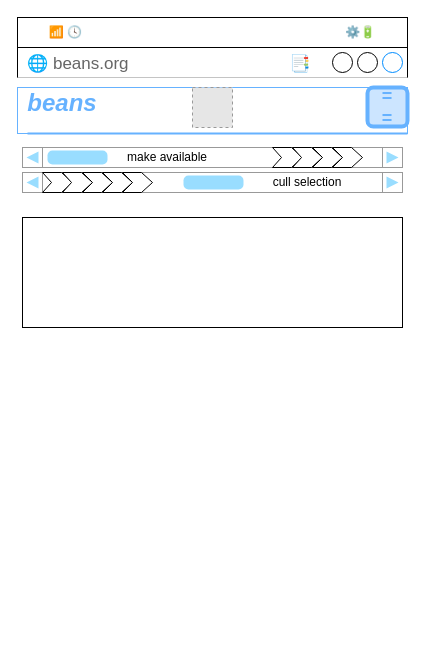
Earlier version of the draw.io diagram page "cull selection" (8 of 9) of documentation/images/make available.drawio (russellausterberry/beans). Source tidied: cells renumbered, new cells numbered last; positions are measured from the earlier drawing's top-left corner, leaving out a move shared by most shapes. Both pictures are drawn from the tidied source at 100%, with x=0, y=0 at pixel (17, 17). Pictures stored in the file or linked from it are replaced by grey dashed boxes.
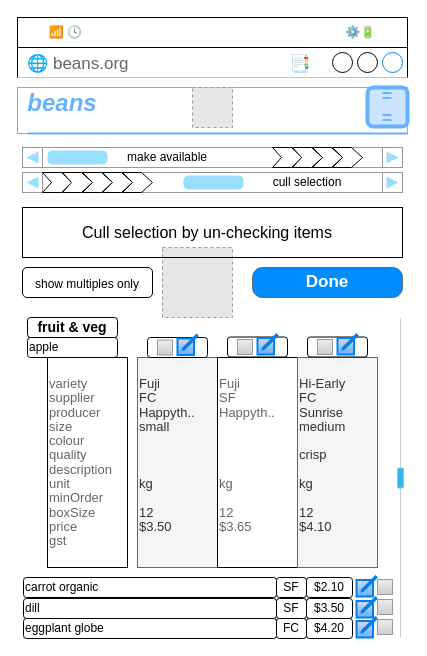
The same diagram, later.

What changed in the source:
```diff
@@
+    <mxCell id="26" style="fillColor=#E6E6E6;strokeColor=#999999;dashed=1;html=1;verticalAlign=top;verticalLabelPosition=bottom;labelBackgroundColor=#ffffff;fontSize=16;fontColor=#66B2FF;" parent="1" vertex="1">
+      <mxGeometry x="175" y="70" width="40" height="40" as="geometry" />
+    </mxCell>
+    <mxCell id="27" style="group;" parent="1" vertex="1">
+      <mxGeometry x="10" y="300" width="370" height="250" as="geometry" />
+    </mxCell>
+    <mxCell id="28" value="&lt;b&gt;&lt;font style=&quot;font-size: 14px&quot;&gt;fruit &amp;amp; veg&lt;/font&gt;&lt;/b&gt;" style="rounded=1;whiteSpace=wrap;html=1;strokeColor=#000000;" parent="27" vertex="1">
+      <mxGeometry width="90" height="20" as="geometry" />
+    </mxCell>
+    <mxCell id="29" value="&lt;div align=&quot;left&quot;&gt;apple&lt;/div&gt;" style="rounded=1;whiteSpace=wrap;html=1;strokeColor=#000000;align=left;" parent="27" vertex="1">
+      <mxGeometry y="20" width="90" height="20" as="geometry" />
+    </mxCell>
+    <mxCell id="30" value="&lt;p style=&quot;line-height: 110% ; font-size: 13px&quot; align=&quot;left&quot;&gt;&lt;font style=&quot;font-size: 13px&quot;&gt;variety&lt;br&gt;supplier&lt;br&gt;producer&lt;br&gt;size&lt;br&gt;colour&lt;br&gt;quality&lt;br&gt;description&lt;br&gt;unit&lt;br&gt;minOrder&lt;br&gt;boxSize&lt;br&gt;price&lt;br&gt;gst&lt;br&gt;&lt;/font&gt;&lt;/p&gt;" style="strokeWidth=1;shadow=0;dashed=0;align=left;html=1;shape=mxgraph.mockup.text.bulletedList;textColor=#666666;mainText=,,,,;textSize=17;bulletStyle=none;strokeColor=#000000;fillColor=none;align=left;verticalAlign=top;fontSize=17;fontColor=#666666;" parent="27" vertex="1">
+      <mxGeometry x="20" y="40" width="80" height="210" as="geometry" />
+    </mxCell>
+    <mxCell id="31" value="&lt;p style=&quot;line-height: 110% ; font-size: 13px&quot; align=&quot;left&quot;&gt;&lt;font style=&quot;font-size: 13px&quot;&gt;Fuji&lt;br&gt;FC&lt;br&gt;Happyth..&lt;br&gt;small&lt;br&gt;&lt;br&gt;&lt;br&gt;&lt;br&gt;kg&lt;br&gt;&lt;br&gt;12&lt;br&gt;$3.50&lt;br&gt;&lt;br&gt;&lt;/font&gt;&lt;/p&gt;" style="strokeWidth=1;shadow=0;dashed=0;align=left;html=1;shape=mxgraph.mockup.text.bulletedList;textColor=#666666;mainText=,,,,;textSize=17;bulletStyle=none;strokeColor=#666666;fillColor=#f5f5f5;align=left;verticalAlign=top;fontSize=17;fontColor=#333333;" parent="27" vertex="1">
+      <mxGeometry x="110" y="40" width="80" height="210" as="geometry" />
+    </mxCell>
+    <mxCell id="32" value="&lt;p style=&quot;line-height: 110% ; font-size: 13px&quot; align=&quot;left&quot;&gt;&lt;font style=&quot;font-size: 13px&quot;&gt;Fuji&lt;br&gt;SF&lt;br&gt;Happyth..&lt;br&gt;&lt;br&gt;&lt;br&gt;&lt;br&gt;&lt;br&gt;kg&lt;br&gt;&lt;br&gt;12&lt;br&gt;$3.65&lt;br&gt;&lt;/font&gt;&lt;/p&gt;" style="strokeWidth=1;shadow=0;dashed=0;align=left;html=1;shape=mxgraph.mockup.text.bulletedList;textColor=#666666;mainText=,,,,;textSize=17;bulletStyle=none;strokeColor=#000000;fillColor=none;align=left;verticalAlign=top;fontSize=17;fontColor=#666666;" parent="27" vertex="1">
+      <mxGeometry x="190" y="40" width="80" height="210" as="geometry" />
+    </mxCell>
+    <mxCell id="33" value="&lt;p style=&quot;line-height: 110% ; font-size: 13px&quot; align=&quot;left&quot;&gt;&lt;font style=&quot;font-size: 13px&quot;&gt;Hi-Early&lt;br&gt;FC&lt;br&gt;Sunrise&lt;br&gt;medium&lt;br&gt;&lt;br&gt;crisp&lt;br&gt;&lt;br&gt;kg&lt;br&gt;&lt;br&gt;12&lt;br&gt;$4.10&lt;br&gt;&lt;/font&gt;&lt;/p&gt;" style="strokeWidth=1;shadow=0;dashed=0;align=left;html=1;shape=mxgraph.mockup.text.bulletedList;textColor=#666666;mainText=,,,,;textSize=17;bulletStyle=none;strokeColor=#666666;fillColor=#f5f5f5;align=left;verticalAlign=top;fontSize=17;fontColor=#333333;" parent="27" vertex="1">
+      <mxGeometry x="270" y="40" width="80" height="210" as="geometry" />
+    </mxCell>
+    <mxCell id="34" style="group;" parent="27" vertex="1">
+      <mxGeometry x="120" y="17.5" width="60" height="22.5" as="geometry" />
+    </mxCell>
+    <mxCell id="35" style="group;" parent="34" vertex="1">
+      <mxGeometry width="60" height="22.5" as="geometry" />
+    </mxCell>
+    <mxCell id="36" style="rounded=1;whiteSpace=wrap;html=1;strokeColor=#000000;" parent="35" vertex="1">
+      <mxGeometry y="2.5" width="60" height="20" as="geometry" />
+    </mxCell>
+    <mxCell id="37" style="strokeWidth=1;shadow=0;dashed=0;align=center;html=1;shape=mxgraph.mockup.forms.rrect;rSize=0;fillColor=#eeeeee;strokeColor=#999999;gradientColor=#cccccc;align=left;spacingLeft=4;fontSize=17;fontColor=#666666;labelPosition=right;" parent="35" vertex="1">
+      <mxGeometry x="10" y="5" width="15" height="15" as="geometry" />
+    </mxCell>
+    <mxCell id="38" style="html=1;verticalLabelPosition=bottom;align=center;labelBackgroundColor=#ffffff;verticalAlign=top;strokeWidth=2;strokeColor=#0080F0;shadow=0;dashed=0;shape=mxgraph.ios7.icons.compose;fillColor=#E1D5E7;gradientColor=#66B2FF;fontSize=16;fontColor=#66B2FF;" parent="35" vertex="1">
+      <mxGeometry x="30" width="20" height="20" as="geometry" />
+    </mxCell>
+    <mxCell id="39" style="group;" parent="27" vertex="1">
+      <mxGeometry x="200" y="17" width="60" height="22.5" as="geometry" />
+    </mxCell>
+    <mxCell id="40" style="group;" parent="39" vertex="1">
+      <mxGeometry width="60" height="22.5" as="geometry" />
+    </mxCell>
+    <mxCell id="41" style="rounded=1;whiteSpace=wrap;html=1;strokeColor=#000000;" parent="40" vertex="1">
+      <mxGeometry y="2.5" width="60" height="20" as="geometry" />
+    </mxCell>
+    <mxCell id="42" style="strokeWidth=1;shadow=0;dashed=0;align=center;html=1;shape=mxgraph.mockup.forms.rrect;rSize=0;fillColor=#eeeeee;strokeColor=#999999;gradientColor=#cccccc;align=left;spacingLeft=4;fontSize=17;fontColor=#666666;labelPosition=right;" parent="40" vertex="1">
+      <mxGeometry x="10" y="5" width="15" height="15" as="geometry" />
+    </mxCell>
+    <mxCell id="43" style="html=1;verticalLabelPosition=bottom;align=center;labelBackgroundColor=#ffffff;verticalAlign=top;strokeWidth=2;strokeColor=#0080F0;shadow=0;dashed=0;shape=mxgraph.ios7.icons.compose;fillColor=#E1D5E7;gradientColor=#66B2FF;fontSize=16;fontColor=#66B2FF;" parent="40" vertex="1">
+      <mxGeometry x="30" width="20" height="20" as="geometry" />
+    </mxCell>
+    <mxCell id="44" style="group;" parent="27" vertex="1">
+      <mxGeometry x="280" y="17" width="60" height="22.5" as="geometry" />
+    </mxCell>
+    <mxCell id="45" style="group;" parent="44" vertex="1">
+      <mxGeometry width="60" height="22.5" as="geometry" />
+    </mxCell>
+    <mxCell id="46" style="rounded=1;whiteSpace=wrap;html=1;strokeColor=#000000;" parent="45" vertex="1">
+      <mxGeometry y="2.5" width="60" height="20" as="geometry" />
+    </mxCell>
+    <mxCell id="47" style="strokeWidth=1;shadow=0;dashed=0;align=center;html=1;shape=mxgraph.mockup.forms.rrect;rSize=0;fillColor=#eeeeee;strokeColor=#999999;gradientColor=#cccccc;align=left;spacingLeft=4;fontSize=17;fontColor=#666666;labelPosition=right;" parent="45" vertex="1">
+      <mxGeometry x="10" y="5" width="15" height="15" as="geometry" />
+    </mxCell>
+    <mxCell id="48" style="html=1;verticalLabelPosition=bottom;align=center;labelBackgroundColor=#ffffff;verticalAlign=top;strokeWidth=2;strokeColor=#0080F0;shadow=0;dashed=0;shape=mxgraph.ios7.icons.compose;fillColor=#E1D5E7;gradientColor=#66B2FF;fontSize=16;fontColor=#66B2FF;" parent="45" vertex="1">
+      <mxGeometry x="30" width="20" height="20" as="geometry" />
+    </mxCell>
+    <mxCell id="49" style="html=1;verticalLabelPosition=bottom;align=center;labelBackgroundColor=#ffffff;verticalAlign=top;strokeWidth=2;strokeColor=#0080F0;shadow=0;dashed=0;shape=mxgraph.ios7.icons.compose;fillColor=#E1D5E7;gradientColor=#66B2FF;fontSize=16;fontColor=#66B2FF;" parent="1" vertex="1">
+      <mxGeometry x="339" y="559" width="20" height="20" as="geometry" />
+    </mxCell>
+    <mxCell id="50" value="SF" style="rounded=1;whiteSpace=wrap;html=1;strokeColor=#000000;" parent="1" vertex="1">
+      <mxGeometry x="259" y="560" width="30" height="20" as="geometry" />
+    </mxCell>
+    <mxCell id="51" value="$2.10" style="rounded=1;whiteSpace=wrap;html=1;strokeColor=#000000;" parent="1" vertex="1">
+      <mxGeometry x="289" y="560" width="46" height="20" as="geometry" />
+    </mxCell>
+    <mxCell id="52" style="html=1;verticalLabelPosition=bottom;align=center;labelBackgroundColor=#ffffff;verticalAlign=top;strokeWidth=2;strokeColor=#0080F0;shadow=0;dashed=0;shape=mxgraph.ios7.icons.compose;fillColor=#E1D5E7;gradientColor=#66B2FF;fontSize=16;fontColor=#66B2FF;" parent="1" vertex="1">
+      <mxGeometry x="339" y="580" width="20" height="20" as="geometry" />
+    </mxCell>
+    <mxCell id="53" value="SF" style="rounded=1;whiteSpace=wrap;html=1;strokeColor=#000000;" parent="1" vertex="1">
+      <mxGeometry x="259" y="581" width="30" height="20" as="geometry" />
+    </mxCell>
+    <mxCell id="54" value="$3.50" style="rounded=1;whiteSpace=wrap;html=1;strokeColor=#000000;" parent="1" vertex="1">
+      <mxGeometry x="289" y="581" width="46" height="20" as="geometry" />
+    </mxCell>
+    <mxCell id="55" style="group;" parent="1" vertex="1">
+      <mxGeometry x="6" y="560" width="253" height="41" as="geometry" />
+    </mxCell>
+    <mxCell id="56" value="&lt;div align=&quot;left&quot;&gt;carrot organic&lt;/div&gt;" style="rounded=1;whiteSpace=wrap;html=1;strokeColor=#000000;align=left;" parent="55" vertex="1">
+      <mxGeometry width="253" height="20" as="geometry" />
+    </mxCell>
+    <mxCell id="57" value="dill" style="rounded=1;whiteSpace=wrap;html=1;strokeColor=#000000;align=left;" parent="55" vertex="1">
+      <mxGeometry y="21" width="253" height="20" as="geometry" />
+    </mxCell>
+    <mxCell id="58" value="eggplant globe" style="rounded=1;whiteSpace=wrap;html=1;strokeColor=#000000;align=left;" parent="55" vertex="1">
+      <mxGeometry y="41" width="253" height="20" as="geometry" />
+    </mxCell>
+    <mxCell id="59" style="html=1;verticalLabelPosition=bottom;align=center;labelBackgroundColor=#ffffff;verticalAlign=top;strokeWidth=2;strokeColor=#0080F0;shadow=0;dashed=0;shape=mxgraph.ios7.icons.compose;fillColor=#E1D5E7;gradientColor=#66B2FF;fontSize=16;fontColor=#66B2FF;" parent="1" vertex="1">
+      <mxGeometry x="339" y="600" width="20" height="20" as="geometry" />
+    </mxCell>
+    <mxCell id="60" value="FC" style="rounded=1;whiteSpace=wrap;html=1;strokeColor=#000000;" parent="1" vertex="1">
+      <mxGeometry x="259" y="601" width="30" height="20" as="geometry" />
+    </mxCell>
+    <mxCell id="61" value="$4.20" style="rounded=1;whiteSpace=wrap;html=1;strokeColor=#000000;" parent="1" vertex="1">
+      <mxGeometry x="289" y="601" width="46" height="20" as="geometry" />
+    </mxCell>
+    <mxCell id="62" style="verticalLabelPosition=bottom;verticalAlign=top;html=1;shadow=0;dashed=0;strokeWidth=1;shape=mxgraph.android.quickscroll3;dy=0.5;fillColor=#33b5e5;strokeColor=#66D5F5;fontSize=16;fontColor=#66B2FF;align=center;" parent="1" vertex="1">
+      <mxGeometry x="380" y="301" width="6" height="319" as="geometry" />
+    </mxCell>
+    <mxCell id="63" value="Done" style="strokeWidth=1;shadow=0;dashed=0;align=center;html=1;shape=mxgraph.mockup.buttons.button;strokeColor=#666666;fontColor=#ffffff;mainText=;buttonStyle=round;fontSize=17;fontStyle=1;fillColor=#008cff;whiteSpace=wrap;" parent="1" vertex="1">
+      <mxGeometry x="235" y="250" width="150" height="30" as="geometry" />
+    </mxCell>
+    <mxCell id="64" style="fillColor=#E6E6E6;strokeColor=#999999;dashed=1;html=1;verticalAlign=top;verticalLabelPosition=bottom;labelBackgroundColor=#ffffff;fontSize=16;fontColor=#66B2FF;align=center;" parent="1" vertex="1">
+      <mxGeometry x="145" y="230" width="70" height="70" as="geometry" />
+    </mxCell>
+    <mxCell id="65" value="&lt;font style=&quot;font-size: 12px&quot;&gt;show multiples only&lt;/font&gt;" style="rounded=1;whiteSpace=wrap;html=1;strokeColor=#000000;fillColor=none;gradientColor=#66B2FF;fontSize=16;fontColor=#000000;align=center;" parent="1" vertex="1">
+      <mxGeometry x="5" y="250" width="130" height="30" as="geometry" />
+    </mxCell>
+    <mxCell id="66" style="strokeWidth=1;shadow=0;dashed=0;align=center;html=1;shape=mxgraph.mockup.forms.rrect;rSize=0;fillColor=#eeeeee;strokeColor=#999999;gradientColor=#cccccc;align=left;spacingLeft=4;fontSize=17;fontColor=#666666;labelPosition=right;" parent="1" vertex="1">
+      <mxGeometry x="360" y="562" width="15" height="15" as="geometry" />
+    </mxCell>
+    <mxCell id="67" style="strokeWidth=1;shadow=0;dashed=0;align=center;html=1;shape=mxgraph.mockup.forms.rrect;rSize=0;fillColor=#eeeeee;strokeColor=#999999;gradientColor=#cccccc;align=left;spacingLeft=4;fontSize=17;fontColor=#666666;labelPosition=right;" parent="1" vertex="1">
+      <mxGeometry x="360" y="582" width="15" height="15" as="geometry" />
+    </mxCell>
+    <mxCell id="68" style="strokeWidth=1;shadow=0;dashed=0;align=center;html=1;shape=mxgraph.mockup.forms.rrect;rSize=0;fillColor=#eeeeee;strokeColor=#999999;gradientColor=#cccccc;align=left;spacingLeft=4;fontSize=17;fontColor=#666666;labelPosition=right;" parent="1" vertex="1">
+      <mxGeometry x="360" y="602" width="15" height="15" as="geometry" />
+    </mxCell>
+    <mxCell id="69" style="group;" parent="1" vertex="1">
+      <mxGeometry x="5" y="190" width="380" height="50" as="geometry" />
+    </mxCell>
-    <mxCell id="25" style="text;html=1;strokeColor=#000000;fillColor=none;align=center;verticalAlign=middle;whiteSpace=wrap;rounded=0;" parent="1" vertex="1">
-      <mxGeometry x="5" y="200" width="380" height="110" as="geometry" />
+    <mxCell id="25" style="text;html=1;strokeColor=#000000;fillColor=none;align=center;verticalAlign=middle;whiteSpace=wrap;rounded=0;" parent="69" vertex="1">
+      <mxGeometry width="380" height="50" as="geometry" />
     </mxCell>
-    <mxCell id="26" style="fillColor=#E6E6E6;strokeColor=#999999;dashed=1;html=1;verticalAlign=top;verticalLabelPosition=bottom;labelBackgroundColor=#ffffff;fontSize=16;fontColor=#66B2FF;" parent="1" vertex="1">
-      <mxGeometry x="175" y="70" width="40" height="40" as="geometry" />
-    </mxCell>
+    <mxCell id="70" value="Cull selection by un-checking items" style="text;html=1;strokeColor=none;fillColor=none;align=center;verticalAlign=middle;whiteSpace=wrap;rounded=0;fontSize=16;fontColor=#000000;" parent="69" vertex="1">
+      <mxGeometry x="10" y="10" width="350" height="30" as="geometry" />
+    </mxCell>
```
